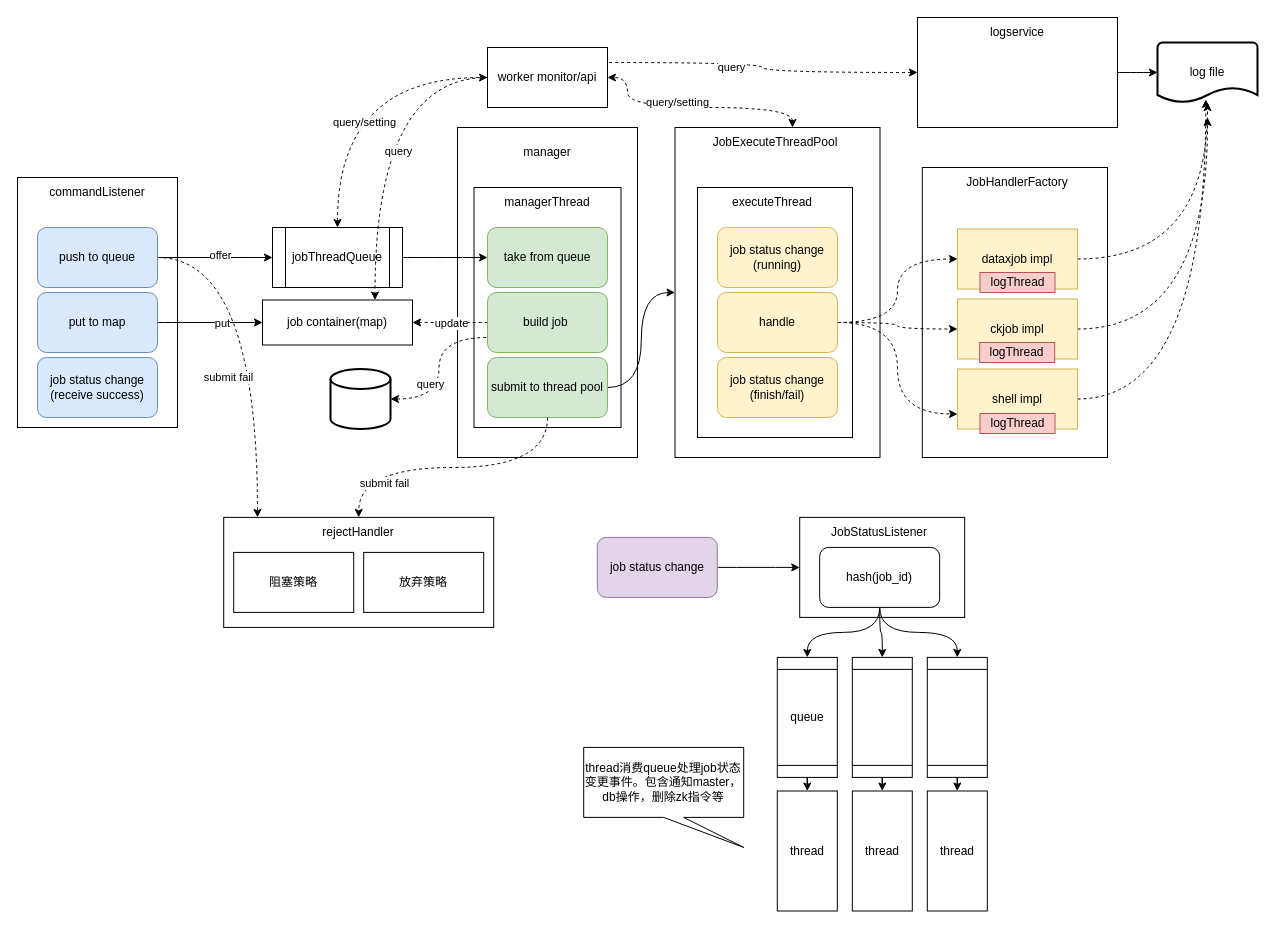
Earlier version of the draw.io diagram Untitled Diagram.drawio (imapach/notes). Source tidied: cells renumbered, new cells numbered last; positions are measured from the earlier drawing's top-left corner, leaving out a move shared by most shapes. Both pictures are drawn from the tidied source at 100%, with x=0, y=0 at pixel (17, 17).
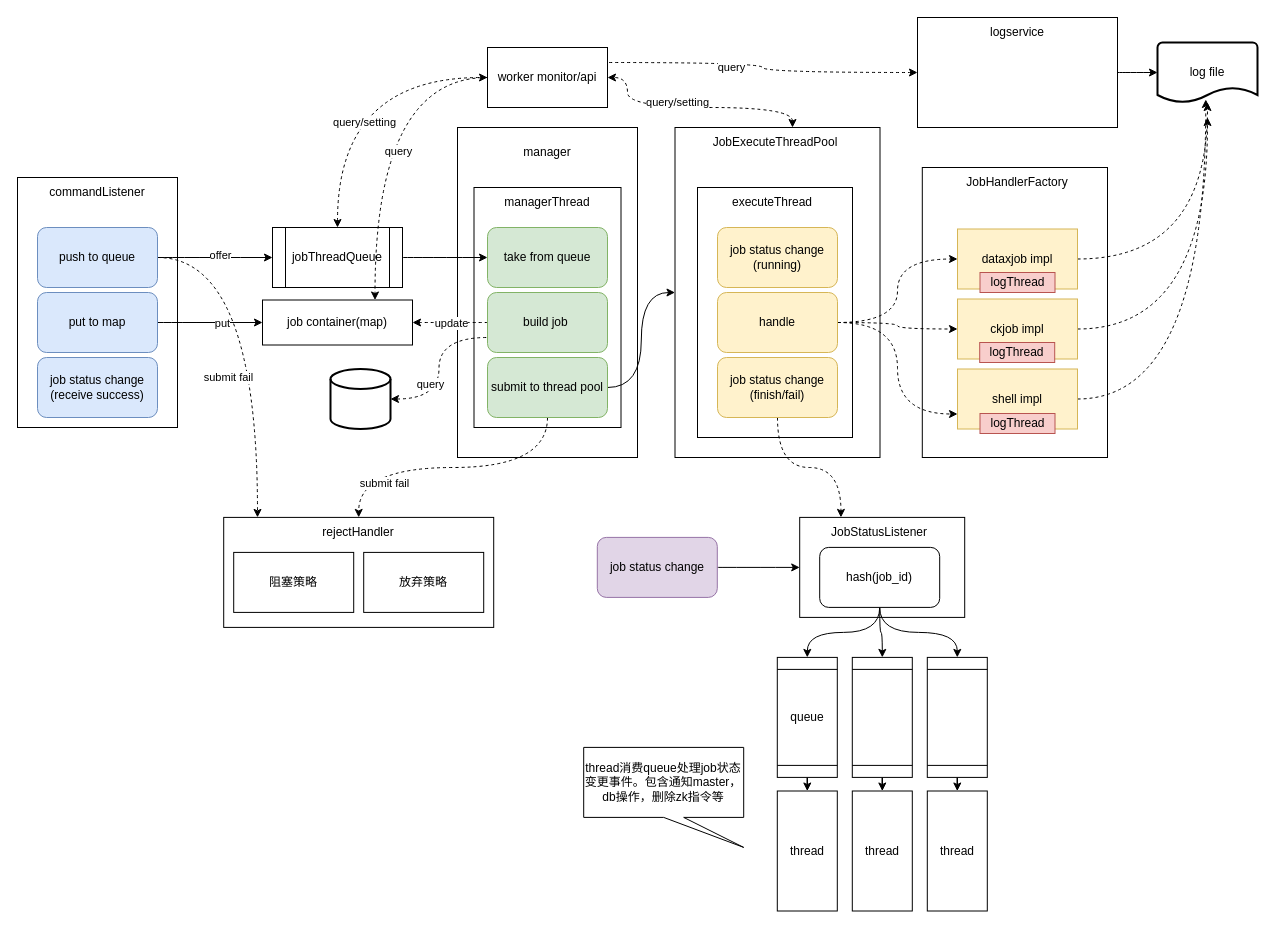
After the change.

Unchanged cells that the change refers to:
```xml
<mxCell id="15" style="rounded=0;whiteSpace=wrap;html=1;" parent="1" vertex="1">
  <mxGeometry x="782.2" y="499.9" width="165" height="100" as="geometry" />
</mxCell>
<mxCell id="21" value="job status change&lt;br&gt;(finish/fail)" style="rounded=1;whiteSpace=wrap;html=1;fillColor=#fff2cc;strokeColor=#d6b656;" parent="1" vertex="1">
  <mxGeometry x="700" y="340" width="120" height="60" as="geometry" />
</mxCell>
```

Change to the diagram source:
```diff
@@
+    <mxCell id="87" style="edgeStyle=orthogonalEdgeStyle;curved=1;rounded=0;jettySize=auto;html=1;entryX=0.25;entryY=0;entryDx=0;entryDy=0;startArrow=none;startFill=0;endArrow=classic;endFill=1;dashed=1;" parent="1" edge="1" source="21" target="15">
+      <mxGeometry relative="1" as="geometry" />
+    </mxCell>
```
